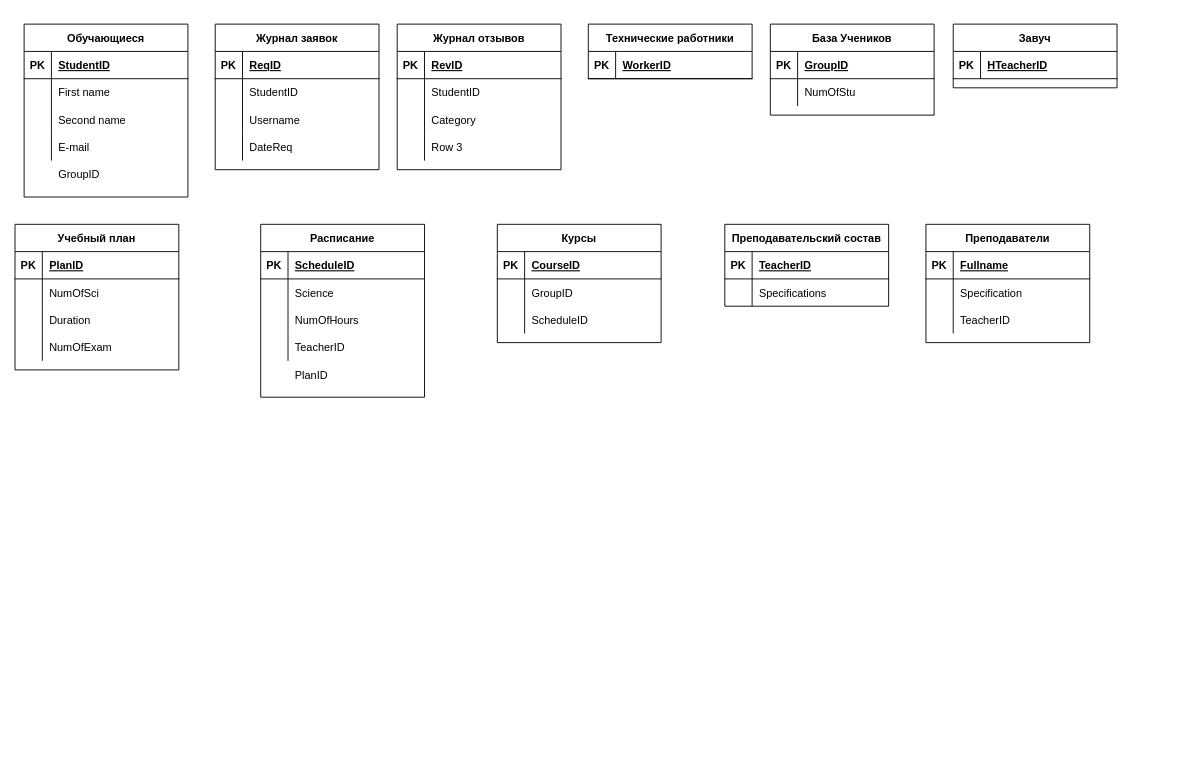
Before: Untitled Diagram.drawio in JKtheeone/Online-School, a draw.io diagram. Source tidied: cells renumbered, new cells numbered last; positions are measured from the earlier drawing's top-left corner, leaving out a move shared by most shapes. Both pictures are drawn from the tidied source at 91%, with x=0, y=0 at pixel (15, 24).
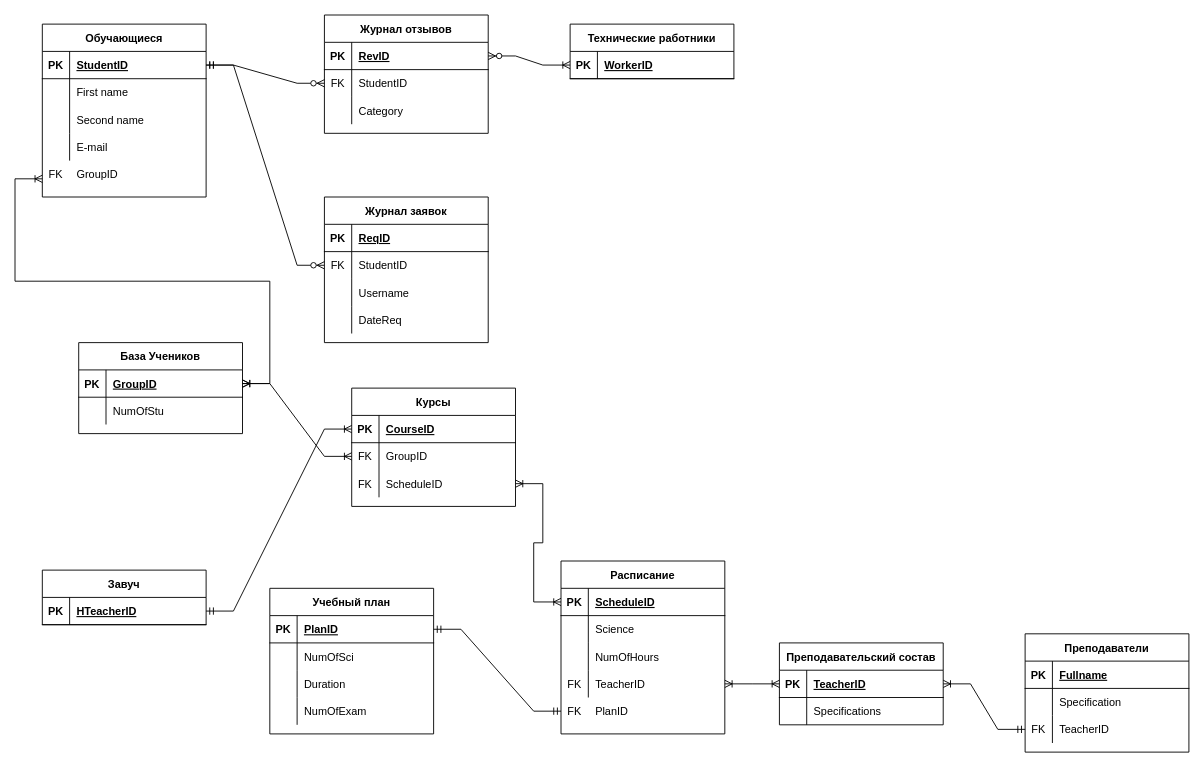
The same diagram, later.

Unchanged cells that the change refers to:
```xml
<mxCell id="3" style="shape=partialRectangle;fillColor=none;top=0;left=0;bottom=1;right=0;points=[[0,0.5],[1,0.5]];portConstraint=eastwest;" parent="2" vertex="1">
  <mxGeometry y="30" width="180" height="30" as="geometry" />
</mxCell>
<mxCell id="16" style="shape=partialRectangle;fillColor=none;top=0;left=0;bottom=1;right=0;points=[[0,0.5],[1,0.5]];portConstraint=eastwest;" parent="15" vertex="1">
  <mxGeometry y="30" width="180" height="30" as="geometry" />
</mxCell>
<mxCell id="19" style="shape=partialRectangle;fillColor=none;top=0;left=0;bottom=0;right=0;points=[[0,0.5],[1,0.5]];portConstraint=eastwest;" parent="15" vertex="1">
  <mxGeometry y="60" width="180" height="30" as="geometry" />
</mxCell>
<mxCell id="32" style="shape=partialRectangle;fillColor=none;top=0;left=0;bottom=0;right=0;points=[[0,0.5],[1,0.5]];portConstraint=eastwest;" parent="28" vertex="1">
  <mxGeometry y="60" width="180" height="30" as="geometry" />
</mxCell>
<mxCell id="42" style="shape=partialRectangle;fillColor=none;top=0;left=0;bottom=1;right=0;points=[[0,0.5],[1,0.5]];portConstraint=eastwest;" parent="41" vertex="1">
  <mxGeometry y="30" width="180" height="30" as="geometry" />
</mxCell>
<mxCell id="46" style="shape=partialRectangle;fillColor=none;top=0;left=0;bottom=1;right=0;points=[[0,0.5],[1,0.5]];portConstraint=eastwest;" parent="45" vertex="1">
  <mxGeometry y="30" width="180" height="30" as="geometry" />
</mxCell>
<mxCell id="53" style="shape=partialRectangle;fillColor=none;top=0;left=0;bottom=1;right=0;points=[[0,0.5],[1,0.5]];portConstraint=eastwest;" parent="52" vertex="1">
  <mxGeometry y="30" width="180" height="30" as="geometry" />
</mxCell>
<mxCell id="57" style="shape=partialRectangle;fillColor=none;top=0;left=0;bottom=1;right=0;points=[[0,0.5],[1,0.5]];portConstraint=eastwest;" parent="56" vertex="1">
  <mxGeometry y="30" width="180" height="30" as="geometry" />
</mxCell>
<mxCell id="70" style="shape=partialRectangle;fillColor=none;top=0;left=0;bottom=1;right=0;points=[[0,0.5],[1,0.5]];portConstraint=eastwest;" parent="69" vertex="1">
  <mxGeometry y="30" width="180" height="30" as="geometry" />
</mxCell>
<mxCell id="79" style="shape=partialRectangle;fillColor=none;top=0;left=0;bottom=0;right=0;points=[[0,0.5],[1,0.5]];portConstraint=eastwest;" parent="69" vertex="1">
  <mxGeometry y="120" width="180" height="30" as="geometry" />
</mxCell>
<mxCell id="83" style="shape=partialRectangle;fillColor=none;top=0;left=0;bottom=1;right=0;points=[[0,0.5],[1,0.5]];portConstraint=eastwest;" parent="82" vertex="1">
  <mxGeometry y="30" width="180" height="30" as="geometry" />
</mxCell>
<mxCell id="86" style="shape=partialRectangle;fillColor=none;top=0;left=0;bottom=0;right=0;points=[[0,0.5],[1,0.5]];portConstraint=eastwest;" parent="82" vertex="1">
  <mxGeometry y="60" width="180" height="30" as="geometry" />
</mxCell>
<mxCell id="89" style="shape=partialRectangle;fillColor=none;top=0;left=0;bottom=0;right=0;points=[[0,0.5],[1,0.5]];portConstraint=eastwest;" parent="82" vertex="1">
  <mxGeometry y="90" width="180" height="30" as="geometry" />
</mxCell>
<mxCell id="93" style="shape=partialRectangle;fillColor=none;top=0;left=0;bottom=1;right=0;points=[[0,0.5],[1,0.5]];portConstraint=eastwest;" parent="92" vertex="1">
  <mxGeometry y="30" width="180" height="30" as="geometry" />
</mxCell>
<mxCell id="106" style="shape=partialRectangle;fillColor=none;top=0;left=0;bottom=0;right=0;points=[[0,0.5],[1,0.5]];portConstraint=eastwest;" parent="99" vertex="1">
  <mxGeometry y="90" width="180" height="30" as="geometry" />
</mxCell>
```

Change to the diagram source:
```diff
@@
     <mxCell id="2" value="Обучающиеся" style="shape=table;startSize=30;childLayout=tableLayout;rowLines=0;fontStyle=1;align=center;" parent="1" vertex="1">
-      <mxGeometry x="10" width="180" height="190" as="geometry" />
+      <mxGeometry x="30" width="180" height="190" as="geometry" />
     </mxCell>
@@
     <mxCell id="15" value="Журнал отзывов" style="shape=table;startSize=30;childLayout=tableLayout;rowLines=0;fontStyle=1;align=center;" parent="1" vertex="1">
-      <mxGeometry x="420" width="180" height="160" as="geometry" />
+      <mxGeometry x="340" y="-10" width="180" height="130" as="geometry" />
     </mxCell>
@@
-    <mxCell id="20" style="shape=partialRectangle;fillColor=none;top=0;left=0;bottom=0;right=0;overflow=hidden;" parent="19" vertex="1">
+    <mxCell id="20" value="FK" style="shape=partialRectangle;fillColor=none;top=0;left=0;bottom=0;right=0;overflow=hidden;" parent="19" vertex="1">
       <mxGeometry width="30" height="30" as="geometry" />
     </mxCell>
@@
-    <mxCell id="25" style="shape=partialRectangle;fillColor=none;top=0;left=0;bottom=0;right=0;" parent="15" vertex="1">
-      <mxGeometry y="120" width="180" height="30" as="geometry" />
-    </mxCell>
-    <mxCell id="26" style="shape=partialRectangle;fillColor=none;top=0;left=0;bottom=0;right=0;overflow=hidden;" parent="25" vertex="1">
-      <mxGeometry width="30" height="30" as="geometry" />
-    </mxCell>
-    <mxCell id="27" value="Row 3" style="shape=partialRectangle;fillColor=none;top=0;left=0;bottom=0;right=0;align=left;spacingLeft=6;overflow=hidden;" parent="25" vertex="1">
-      <mxGeometry x="30" width="150" height="30" as="geometry" />
-    </mxCell>
     <mxCell id="28" value="Журнал заявок" style="shape=table;startSize=30;childLayout=tableLayout;rowLines=0;fontStyle=1;align=center;" parent="1" vertex="1">
-      <mxGeometry x="220" width="180" height="160" as="geometry" />
+      <mxGeometry x="340" y="190" width="180" height="160" as="geometry" />
     </mxCell>
@@
-    <mxCell id="33" style="shape=partialRectangle;fillColor=none;top=0;left=0;bottom=0;right=0;overflow=hidden;" parent="32" vertex="1">
+    <mxCell id="33" value="FK" style="shape=partialRectangle;fillColor=none;top=0;left=0;bottom=0;right=0;overflow=hidden;" parent="32" vertex="1">
       <mxGeometry width="30" height="30" as="geometry" />
     </mxCell>
@@
     <mxCell id="41" value="Технические работники" style="shape=table;startSize=30;childLayout=tableLayout;rowLines=0;fontStyle=1;align=center;" parent="1" vertex="1">
-      <mxGeometry x="630" width="180" height="60" as="geometry" />
+      <mxGeometry x="610" width="180" height="60" as="geometry" />
     </mxCell>
@@
     <mxCell id="45" value="База Учеников" style="shape=table;startSize=30;childLayout=tableLayout;rowLines=0;fontStyle=1;align=center;" parent="1" vertex="1">
-      <mxGeometry x="830" width="180" height="100" as="geometry" />
+      <mxGeometry x="70" y="350" width="180" height="100" as="geometry" />
     </mxCell>
@@
     <mxCell id="52" value="Завуч" style="shape=table;startSize=30;childLayout=tableLayout;rowLines=0;fontStyle=1;align=center;" parent="1" vertex="1">
-      <mxGeometry x="1031" width="180" height="70" as="geometry" />
+      <mxGeometry x="30" y="600" width="180" height="60" as="geometry" />
     </mxCell>
@@
     <mxCell id="56" value="Учебный план" style="shape=table;startSize=30;childLayout=tableLayout;rowLines=0;fontStyle=1;align=center;" parent="1" vertex="1">
-      <mxGeometry y="220" width="180" height="160" as="geometry" />
+      <mxGeometry x="280" y="620" width="180" height="160" as="geometry" />
     </mxCell>
@@
     <mxCell id="69" value="Расписание" style="shape=table;startSize=30;childLayout=tableLayout;rowLines=0;fontStyle=1;align=center;" parent="1" vertex="1">
-      <mxGeometry x="270" y="220" width="180" height="190" as="geometry" />
+      <mxGeometry x="600" y="590" width="180" height="190" as="geometry" />
     </mxCell>
@@
-    <mxCell id="80" style="shape=partialRectangle;fillColor=none;top=0;left=0;bottom=0;right=0;overflow=hidden;" parent="79" vertex="1">
+    <mxCell id="80" value="FK" style="shape=partialRectangle;fillColor=none;top=0;left=0;bottom=0;right=0;overflow=hidden;" parent="79" vertex="1">
       <mxGeometry width="30" height="30" as="geometry" />
     </mxCell>
@@
     <mxCell id="82" value="Курсы" style="shape=table;startSize=30;childLayout=tableLayout;rowLines=0;fontStyle=1;align=center;" parent="1" vertex="1">
-      <mxGeometry x="530" y="220" width="180" height="130" as="geometry" />
+      <mxGeometry x="370" y="400" width="180" height="130" as="geometry" />
     </mxCell>
@@
-    <mxCell id="87" style="shape=partialRectangle;fillColor=none;top=0;left=0;bottom=0;right=0;overflow=hidden;" parent="86" vertex="1">
+    <mxCell id="87" value="FK" style="shape=partialRectangle;fillColor=none;top=0;left=0;bottom=0;right=0;overflow=hidden;" parent="86" vertex="1">
       <mxGeometry width="30" height="30" as="geometry" />
     </mxCell>
@@
-    <mxCell id="90" style="shape=partialRectangle;fillColor=none;top=0;left=0;bottom=0;right=0;overflow=hidden;" parent="89" vertex="1">
+    <mxCell id="90" value="FK" style="shape=partialRectangle;fillColor=none;top=0;left=0;bottom=0;right=0;overflow=hidden;" parent="89" vertex="1">
       <mxGeometry width="30" height="30" as="geometry" />
     </mxCell>
@@
     <mxCell id="92" value="Преподавательский состав" style="shape=table;startSize=30;childLayout=tableLayout;rowLines=0;fontStyle=1;align=center;" parent="1" vertex="1">
-      <mxGeometry x="780" y="220" width="180" height="90" as="geometry" />
+      <mxGeometry x="840" y="680" width="180" height="90" as="geometry" />
     </mxCell>
@@
     <mxCell id="99" value="Преподаватели" style="shape=table;startSize=30;childLayout=tableLayout;rowLines=0;fontStyle=1;align=center;" parent="1" vertex="1">
-      <mxGeometry x="1001" y="220" width="180" height="130" as="geometry" />
+      <mxGeometry x="1110" y="670" width="180" height="130" as="geometry" />
     </mxCell>
@@
-    <mxCell id="107" style="shape=partialRectangle;fillColor=none;top=0;left=0;bottom=0;right=0;overflow=hidden;" parent="106" vertex="1">
+    <mxCell id="107" value="FK" style="shape=partialRectangle;fillColor=none;top=0;left=0;bottom=0;right=0;overflow=hidden;" parent="106" vertex="1">
       <mxGeometry width="30" height="30" as="geometry" />
     </mxCell>
@@
     <mxCell id="109" style="shape=partialRectangle;fillColor=none;top=0;left=0;bottom=0;right=0;" parent="1" vertex="1">
-      <mxGeometry x="10" y="150" width="180" height="30" as="geometry" />
+      <mxGeometry x="30" y="150" width="180" height="30" as="geometry" />
     </mxCell>
-    <mxCell id="110" style="shape=partialRectangle;fillColor=none;top=0;left=0;bottom=0;right=0;overflow=hidden;" parent="109" vertex="1">
+    <mxCell id="110" value="FK" style="shape=partialRectangle;fillColor=none;top=0;left=0;bottom=0;right=0;overflow=hidden;" parent="109" vertex="1">
       <mxGeometry width="30" height="30" as="geometry" />
     </mxCell>
@@
     <mxCell id="112" style="shape=partialRectangle;fillColor=none;top=0;left=0;bottom=0;right=0;points=[[0,0.5],[1,0.5]];portConstraint=eastwest;" parent="1" vertex="1">
-      <mxGeometry x="270" y="370" width="180" height="30" as="geometry" />
+      <mxGeometry x="600" y="740" width="180" height="30" as="geometry" />
     </mxCell>
-    <mxCell id="113" style="shape=partialRectangle;fillColor=none;top=0;left=0;bottom=0;right=0;overflow=hidden;" parent="112" vertex="1">
+    <mxCell id="113" value="FK" style="shape=partialRectangle;fillColor=none;top=0;left=0;bottom=0;right=0;overflow=hidden;" parent="112" vertex="1">
       <mxGeometry width="30" height="30" as="geometry" />
     </mxCell>
@@
+    <mxCell id="115" style="edgeStyle=entityRelationEdgeStyle;fontSize=12;html=1;endArrow=ERzeroToMany;startArrow=ERmandOne;rounded=0;exitX=1;exitY=0.5;exitDx=0;exitDy=0;entryX=0;entryY=0.5;entryDx=0;entryDy=0;" parent="1" edge="1" source="3" target="32">
+      <mxGeometry relative="1" as="geometry" />
+    </mxCell>
+    <mxCell id="116" style="edgeStyle=entityRelationEdgeStyle;fontSize=12;html=1;endArrow=ERzeroToMany;startArrow=ERmandOne;rounded=0;exitX=1;exitY=0.5;exitDx=0;exitDy=0;entryX=0;entryY=0.5;entryDx=0;entryDy=0;" parent="1" edge="1" source="3" target="19">
+      <mxGeometry relative="1" as="geometry" />
+    </mxCell>
+    <mxCell id="117" style="edgeStyle=entityRelationEdgeStyle;fontSize=12;html=1;endArrow=ERoneToMany;startArrow=ERzeroToMany;rounded=0;exitX=1;exitY=0.5;exitDx=0;exitDy=0;entryX=0;entryY=0.5;entryDx=0;entryDy=0;" parent="1" edge="1" source="16" target="42">
+      <mxGeometry relative="1" as="geometry" />
+    </mxCell>
+    <mxCell id="118" style="edgeStyle=entityRelationEdgeStyle;fontSize=12;html=1;endArrow=ERoneToMany;startArrow=ERoneToMany;rounded=0;exitX=1;exitY=0.5;exitDx=0;exitDy=0;" parent="1" edge="1" source="46">
+      <mxGeometry relative="1" as="geometry">
+        <mxPoint x="30" y="170" as="targetPoint" />
+      </mxGeometry>
+    </mxCell>
+    <mxCell id="119" style="edgeStyle=entityRelationEdgeStyle;fontSize=12;html=1;endArrow=ERmandOne;startArrow=ERmandOne;rounded=0;entryX=0;entryY=0.5;entryDx=0;entryDy=0;exitX=1;exitY=0.5;exitDx=0;exitDy=0;" parent="1" edge="1" source="57" target="112">
+      <mxGeometry relative="1" as="geometry" />
+    </mxCell>
+    <mxCell id="120" style="edgeStyle=entityRelationEdgeStyle;fontSize=12;html=1;endArrow=ERoneToMany;startArrow=ERmandOne;rounded=0;exitX=0;exitY=0.5;exitDx=0;exitDy=0;entryX=1;entryY=0.5;entryDx=0;entryDy=0;" parent="1" edge="1" source="106" target="93">
+      <mxGeometry relative="1" as="geometry" />
+    </mxCell>
+    <mxCell id="121" style="edgeStyle=entityRelationEdgeStyle;fontSize=12;html=1;endArrow=ERoneToMany;startArrow=ERoneToMany;rounded=0;entryX=0;entryY=0.5;entryDx=0;entryDy=0;exitX=1;exitY=0.5;exitDx=0;exitDy=0;" parent="1" edge="1" source="79" target="93">
+      <mxGeometry relative="1" as="geometry" />
+    </mxCell>
+    <mxCell id="122" style="edgeStyle=entityRelationEdgeStyle;fontSize=12;html=1;endArrow=ERoneToMany;startArrow=ERmandOne;rounded=0;exitX=1;exitY=0.5;exitDx=0;exitDy=0;entryX=0;entryY=0.5;entryDx=0;entryDy=0;" parent="1" edge="1" source="53" target="83">
+      <mxGeometry relative="1" as="geometry" />
+    </mxCell>
+    <mxCell id="123" style="edgeStyle=entityRelationEdgeStyle;fontSize=12;html=1;endArrow=ERoneToMany;startArrow=ERoneToMany;rounded=0;entryX=0;entryY=0.5;entryDx=0;entryDy=0;" parent="1" edge="1" source="46" target="86">
+      <mxGeometry relative="1" as="geometry" />
+    </mxCell>
+    <mxCell id="124" style="edgeStyle=entityRelationEdgeStyle;fontSize=12;html=1;endArrow=ERoneToMany;startArrow=ERoneToMany;rounded=0;exitX=1;exitY=0.5;exitDx=0;exitDy=0;entryX=0;entryY=0.5;entryDx=0;entryDy=0;" parent="1" edge="1" source="89" target="70">
+      <mxGeometry relative="1" as="geometry" />
+    </mxCell>
```
